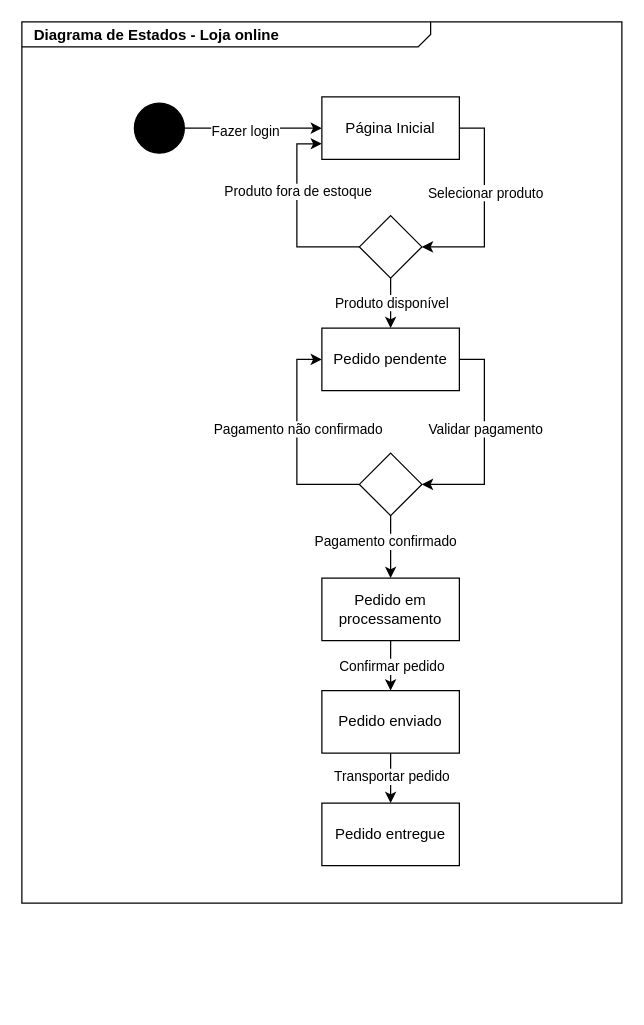
MolisaxD/Diagramas keeps this draw.io diagram as Diagrama de Estados.drawio. Above is the earlier version. Source tidied: cells renumbered, new cells numbered last; positions are measured from the earlier drawing's top-left corner, leaving out a move shared by most shapes. Both pictures are drawn from the tidied source at 125%, with x=0, y=0 at pixel (21, 21).
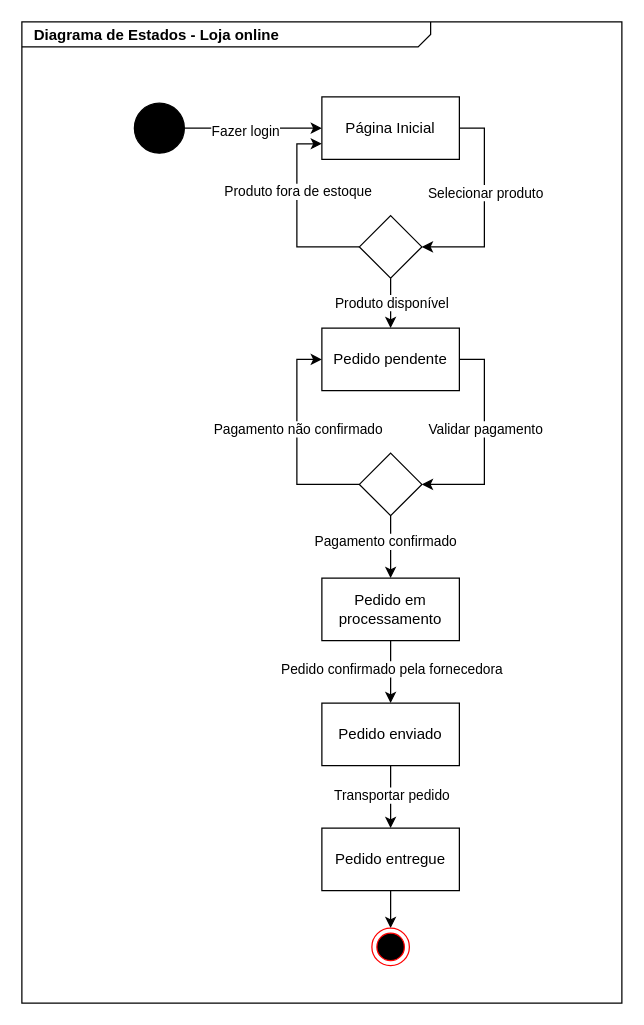
The same page after the edit.

Unchanged cells that the change refers to:
```xml
<mxCell id="12" style="edgeStyle=orthogonalEdgeStyle;rounded=0;jettySize=auto;html=1;entryX=0.5;entryY=0;entryDx=0;entryDy=0;" parent="1" edge="1" source="14" target="17">
  <mxGeometry relative="1" as="geometry" />
</mxCell>
```

What changed in the source:
```diff
@@
     <mxCell id="2" value="&lt;p style=&quot;margin: 0px ; margin-top: 4px ; margin-left: 10px ; text-align: left&quot;&gt;&lt;b&gt;Diagrama de Estados - Loja online&lt;/b&gt;&lt;/p&gt;" style="html=1;strokeWidth=1;shape=mxgraph.sysml.package;html=1;overflow=fill;whiteSpace=wrap;fillColor=none;gradientColor=none;fontSize=12;align=center;labelX=327.64;" parent="1" vertex="1">
-      <mxGeometry width="480" height="705" as="geometry" />
+      <mxGeometry width="480" height="785" as="geometry" />
     </mxCell>
@@
-    <mxCell id="13" value="Confirmar pedido" style="edgeLabel;html=1;align=center;verticalAlign=middle;" parent="12" vertex="1">
+    <mxCell id="13" value="Pedido confirmado pela fornecedora" style="edgeLabel;html=1;align=center;verticalAlign=middle;" parent="12" vertex="1">
       <mxGeometry x="-0.55" y="2" relative="1" as="geometry">
         <mxPoint x="-2" y="11" as="offset" />
       </mxGeometry>
     </mxCell>
@@
     <mxCell id="17" value="Pedido enviado" style="html=1;whiteSpace=wrap;" parent="1" vertex="1">
-      <mxGeometry x="240" y="535" width="110" height="50" as="geometry" />
+      <mxGeometry x="240" y="545" width="110" height="50" as="geometry" />
     </mxCell>
+    <mxCell id="29" style="edgeStyle=orthogonalEdgeStyle;rounded=0;jettySize=auto;html=1;entryX=0.5;entryY=0;entryDx=0;entryDy=0;" parent="1" edge="1" source="18" target="30">
+      <mxGeometry relative="1" as="geometry" />
+    </mxCell>
     <mxCell id="18" value="Pedido entregue" style="html=1;whiteSpace=wrap;" parent="1" vertex="1">
-      <mxGeometry x="240" y="625" width="110" height="50" as="geometry" />
+      <mxGeometry x="240" y="645" width="110" height="50" as="geometry" />
     </mxCell>
@@
+    <mxCell id="30" style="ellipse;html=1;shape=endState;fillColor=#000000;strokeColor=#ff0000;" parent="1" vertex="1">
+      <mxGeometry x="280" y="725" width="30" height="30" as="geometry" />
+    </mxCell>
```
